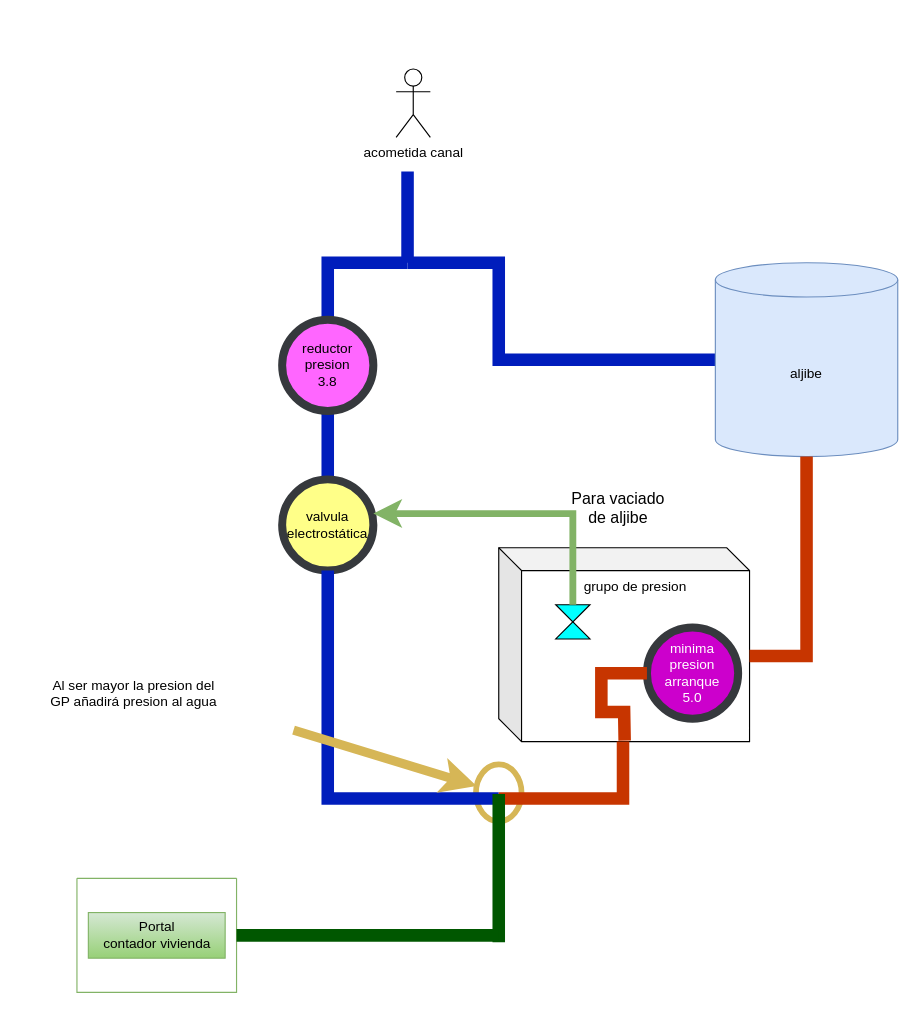
jeongon/graf.io keeps this draw.io diagram as Diagrama sin título.drawio. Above is the earlier version. Source tidied: cells renumbered, new cells numbered last; positions are measured from the earlier drawing's top-left corner, leaving out a move shared by most shapes. Both pictures are drawn from the tidied source at 114%, with x=0, y=0 at pixel (42, 68).
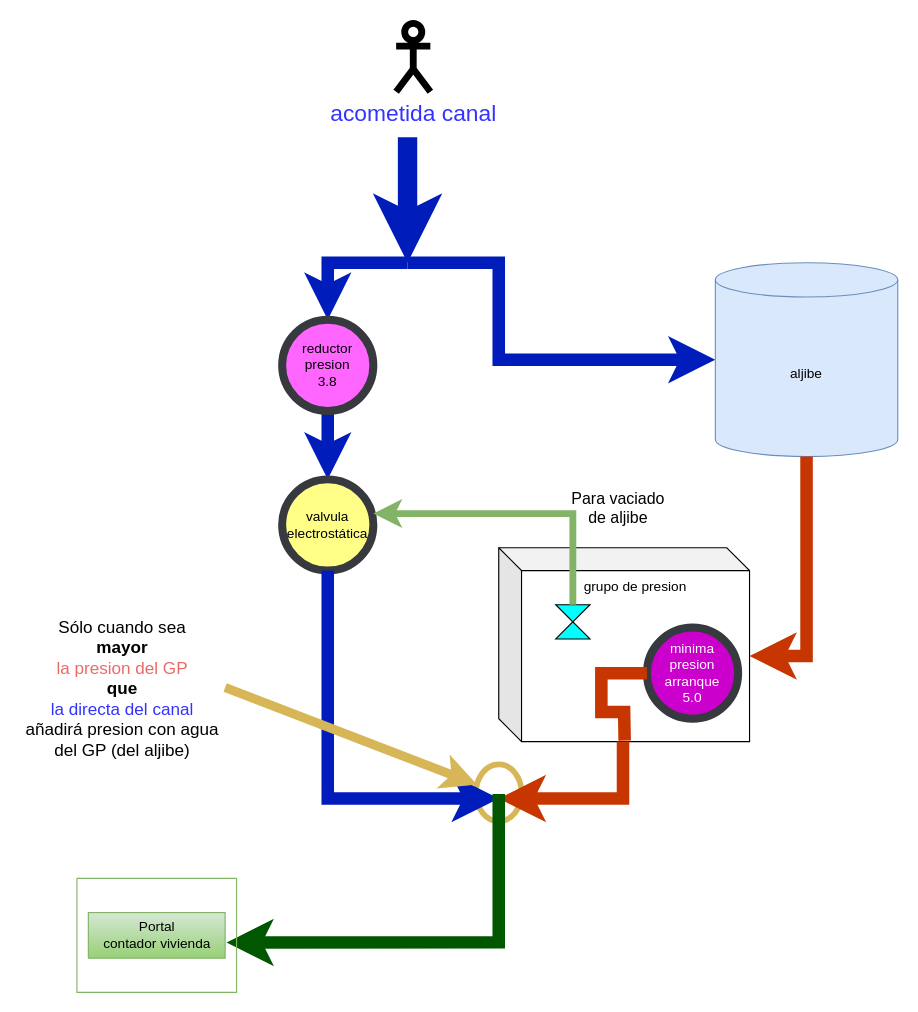
Above is the later version.

The change refers to these unchanged cells:
```xml
<mxCell id="2" style="ellipse;whiteSpace=wrap;html=1;fillColor=none;strokeColor=#d6b656;strokeWidth=5;gradientColor=#ffd966;" parent="1" vertex="1">
  <mxGeometry x="380" y="610" width="40" height="50" as="geometry" />
</mxCell>
<mxCell id="6" value="valvula electrostática" style="ellipse;whiteSpace=wrap;html=1;fillColor=#ffff88;strokeColor=#36393d;strokeWidth=7;" parent="1" vertex="1">
  <mxGeometry x="210" y="360" width="80" height="80" as="geometry" />
</mxCell>
<mxCell id="7" value="aljibe" style="shape=cylinder3;whiteSpace=wrap;html=1;boundedLbl=1;backgroundOutline=1;size=15;fillColor=#dae8fc;strokeColor=#6c8ebf;" parent="1" vertex="1">
  <mxGeometry x="590" y="170" width="160" height="170" as="geometry" />
</mxCell>
<mxCell id="8" value="grupo de presion" style="shape=cube;whiteSpace=wrap;html=1;boundedLbl=1;backgroundOutline=1;darkOpacity=0.05;darkOpacity2=0.1;verticalAlign=top;" parent="1" vertex="1">
  <mxGeometry x="400" y="420" width="220" height="170" as="geometry" />
</mxCell>
<mxCell id="14" style="swimlane;startSize=0;fillColor=#d5e8d4;gradientColor=#97d077;strokeColor=#82b366;" parent="1" vertex="1">
  <mxGeometry x="30" y="710" width="140" height="100" as="geometry" />
</mxCell>
<mxCell id="15" value="Portal&lt;br&gt;contador vivienda" style="text;html=1;align=center;verticalAlign=middle;points=[];strokeColor=#82b366;fillColor=#d5e8d4;gradientColor=#97d077;" parent="14" vertex="1">
  <mxGeometry x="10" y="30" width="120" height="40" as="geometry" />
</mxCell>
<mxCell id="19" value="reductor presion&lt;br&gt;3.8" style="ellipse;whiteSpace=wrap;html=1;fillColor=#FF66FF;strokeColor=#36393d;strokeWidth=7;" parent="1" vertex="1">
  <mxGeometry x="210" y="220" width="80" height="80" as="geometry" />
</mxCell>
```

Change to the diagram source:
```diff
@@
-    <mxCell id="3" style="endArrow=none;html=1;rounded=0;strokeWidth=11;fillColor=#0050ef;strokeColor=#001DBC;exitX=0.5;exitY=0;exitDx=0;exitDy=0;entryX=0.5;entryY=1;entryDx=0;entryDy=0;" parent="1" edge="1" source="6" target="19">
+    <mxCell id="3" style="endArrow=none;html=1;rounded=0;strokeWidth=11;fillColor=#0050ef;strokeColor=#001DBC;exitX=0.5;exitY=0;exitDx=0;exitDy=0;entryX=0.5;entryY=1;entryDx=0;entryDy=0;startArrow=classic;startFill=1;" parent="1" edge="1" source="6" target="19">
       <mxGeometry relative="1" as="geometry" />
     </mxCell>
-    <mxCell id="4" style="endArrow=none;html=1;rounded=0;strokeWidth=11;exitX=0.5;exitY=0;exitDx=0;exitDy=0;fillColor=#0050ef;strokeColor=#001DBC;targetPerimeterSpacing=11;" parent="1" edge="1" source="19">
+    <mxCell id="4" style="endArrow=none;html=1;rounded=0;strokeWidth=11;exitX=0.5;exitY=0;exitDx=0;exitDy=0;fillColor=#0050ef;strokeColor=#001DBC;targetPerimeterSpacing=11;startArrow=classic;startFill=1;" parent="1" edge="1" source="19">
       <mxGeometry relative="1" as="geometry">
         <mxPoint x="320" y="170" as="targetPoint" />
         <Array as="points">
           <mxPoint x="250" y="170" />
         </Array>
       </mxGeometry>
     </mxCell>
-    <mxCell id="5" style="endArrow=none;html=1;rounded=0;strokeWidth=11;fillColor=#0050ef;strokeColor=#001DBC;exitX=0;exitY=0.5;exitDx=0;exitDy=0;exitPerimeter=0;" parent="1" edge="1" source="7">
+    <mxCell id="5" style="endArrow=none;html=1;rounded=0;strokeWidth=11;fillColor=#0050ef;strokeColor=#001DBC;exitX=0;exitY=0.5;exitDx=0;exitDy=0;exitPerimeter=0;targetPerimeterSpacing=14;endSize=12;startArrow=classic;startFill=1;" parent="1" edge="1" source="7">
       <mxGeometry relative="1" as="geometry">
         <mxPoint x="320" y="170" as="targetPoint" />
         <Array as="points">
           <mxPoint x="400" y="255" />
           <mxPoint x="400" y="170" />
         </Array>
       </mxGeometry>
     </mxCell>
@@
-    <mxCell id="9" value="acometida canal&lt;br&gt;" style="shape=umlActor;verticalLabelPosition=bottom;verticalAlign=top;html=1;" parent="1" vertex="1">
-      <mxGeometry x="310" width="30" height="60" as="geometry" />
+    <mxCell id="9" value="&lt;font color=&quot;#3333ff&quot; style=&quot;font-size: 20px;&quot;&gt;acometida canal&lt;/font&gt;" style="shape=umlActor;verticalLabelPosition=bottom;verticalAlign=top;html=1;strokeWidth=6;horizontal=1;" parent="1" vertex="1">
+      <mxGeometry x="310" y="-40" width="30" height="60" as="geometry" />
     </mxCell>
-    <mxCell id="10" style="endArrow=none;html=1;rounded=0;strokeWidth=11;fillColor=#fa6800;strokeColor=#C73500;entryX=0.5;entryY=1;entryDx=0;entryDy=0;entryPerimeter=0;exitX=0;exitY=0;exitDx=220;exitDy=95;exitPerimeter=0;" parent="1" edge="1" source="8" target="7">
+    <mxCell id="10" style="endArrow=none;html=1;rounded=0;strokeWidth=11;fillColor=#fa6800;strokeColor=#C73500;entryX=0.5;entryY=1;entryDx=0;entryDy=0;entryPerimeter=0;exitX=0;exitY=0;exitDx=220;exitDy=95;exitPerimeter=0;startArrow=classic;startFill=1;" parent="1" edge="1" source="8" target="7">
       <mxGeometry relative="1" as="geometry">
         <Array as="points">
           <mxPoint x="670" y="515" />
         </Array>
       </mxGeometry>
     </mxCell>
-    <mxCell id="11" style="endArrow=none;html=1;rounded=0;strokeWidth=11;entryX=0.5;entryY=1;entryDx=0;entryDy=0;fillColor=#0050ef;strokeColor=#001DBC;" parent="1" edge="1" target="6">
+    <mxCell id="11" style="endArrow=none;html=1;rounded=0;strokeWidth=11;entryX=0.5;entryY=1;entryDx=0;entryDy=0;fillColor=#0050ef;strokeColor=#001DBC;startArrow=classic;startFill=1;" parent="1" edge="1" target="6">
       <mxGeometry relative="1" as="geometry">
         <mxPoint x="400" y="640" as="sourcePoint" />
         <Array as="points">
           <mxPoint x="250" y="640" />
         </Array>
       </mxGeometry>
     </mxCell>
-    <mxCell id="12" style="endArrow=none;html=1;rounded=0;strokeWidth=11;fillColor=#fa6800;strokeColor=#C73500;" parent="1" edge="1">
+    <mxCell id="12" style="endArrow=none;html=1;rounded=0;strokeWidth=11;fillColor=#fa6800;strokeColor=#C73500;startArrow=classic;startFill=1;" parent="1" edge="1">
       <mxGeometry relative="1" as="geometry">
         <mxPoint x="400" y="640" as="sourcePoint" />
         <mxPoint x="509" y="590" as="targetPoint" />
         <Array as="points">
           <mxPoint x="509" y="640" />
         </Array>
       </mxGeometry>
     </mxCell>
-    <mxCell id="13" style="endArrow=none;html=1;rounded=0;strokeWidth=11;fillColor=#008a00;strokeColor=#005700;" parent="1" edge="1">
+    <mxCell id="13" style="endArrow=none;html=1;rounded=0;strokeWidth=11;fillColor=#008a00;strokeColor=#005700;startArrow=classic;startFill=1;exitX=1.01;exitY=0.657;exitDx=0;exitDy=0;exitPerimeter=0;" parent="1" edge="1" source="15">
       <mxGeometry relative="1" as="geometry">
-        <mxPoint x="400" y="766" as="sourcePoint" />
         <mxPoint x="400" y="636" as="targetPoint" />
+        <Array as="points">
+          <mxPoint x="400" y="766" />
+        </Array>
       </mxGeometry>
     </mxCell>
@@
-    <mxCell id="16" style="endArrow=none;html=1;rounded=0;strokeWidth=11;fillColor=#008a00;strokeColor=#005700;entryX=1;entryY=0.5;entryDx=0;entryDy=0;" parent="1" edge="1" target="14">
-      <mxGeometry relative="1" as="geometry">
-        <mxPoint x="400" y="760" as="sourcePoint" />
-        <Array as="points">
-          <mxPoint x="350" y="760" />
-        </Array>
-      </mxGeometry>
-    </mxCell>
-    <mxCell id="17" style="endArrow=classic;html=1;rounded=0;strokeWidth=8;fillColor=#fff2cc;gradientColor=#ffd966;strokeColor=#d6b656;" parent="1" edge="1" target="2">
-      <mxGeometry relative="1" as="geometry">
-        <mxPoint x="220" y="580" as="sourcePoint" />
-      </mxGeometry>
+    <mxCell id="17" style="endArrow=classic;html=1;rounded=0;strokeWidth=8;fillColor=#fff2cc;gradientColor=#ffd966;strokeColor=#d6b656;exitX=1;exitY=0.5;exitDx=0;exitDy=0;" parent="1" edge="1" source="24" target="2">
+      <mxGeometry relative="1" as="geometry" />
     </mxCell>
@@
-    <mxCell id="24" value="Al ser mayor la presion del GP añadirá presion al agua&lt;br&gt;&lt;br&gt;" style="text;html=1;strokeColor=none;fillColor=none;align=center;verticalAlign=middle;whiteSpace=wrap;rounded=0;" parent="1" vertex="1">
-      <mxGeometry y="530" width="160" height="50" as="geometry" />
+    <mxCell id="24" value="Sólo cuando sea &lt;br style=&quot;font-size: 15px;&quot;&gt;&lt;b&gt;mayor &lt;br&gt;&lt;/b&gt;&lt;font color=&quot;#ea6b66&quot;&gt;la presion del GP &lt;/font&gt;&lt;br&gt;&lt;b&gt;que &lt;/b&gt;&lt;br&gt;&lt;font color=&quot;#3333ff&quot;&gt;la directa del canal&lt;/font&gt;&lt;br style=&quot;font-size: 15px;&quot;&gt;añadirá presion con agua del GP (del aljibe)" style="text;html=1;strokeColor=none;fillColor=none;align=center;verticalAlign=middle;whiteSpace=wrap;rounded=0;fontSize=15;" parent="1" vertex="1">
+      <mxGeometry x="-20" y="480" width="180" height="125" as="geometry" />
     </mxCell>
-    <mxCell id="25" style="endArrow=none;html=1;rounded=0;strokeWidth=11;fillColor=#0050ef;strokeColor=#001DBC;" parent="1" edge="1">
+    <mxCell id="25" style="endArrow=none;html=1;rounded=0;strokeWidth=17;fillColor=#0050ef;strokeColor=#001DBC;startArrow=classic;startFill=1;" parent="1" edge="1">
       <mxGeometry relative="1" as="geometry">
-        <mxPoint x="320" y="90" as="sourcePoint" />
-        <mxPoint x="320" y="170" as="targetPoint" />
+        <mxPoint x="320" y="170" as="sourcePoint" />
+        <mxPoint x="320" y="60" as="targetPoint" />
       </mxGeometry>
     </mxCell>
```
